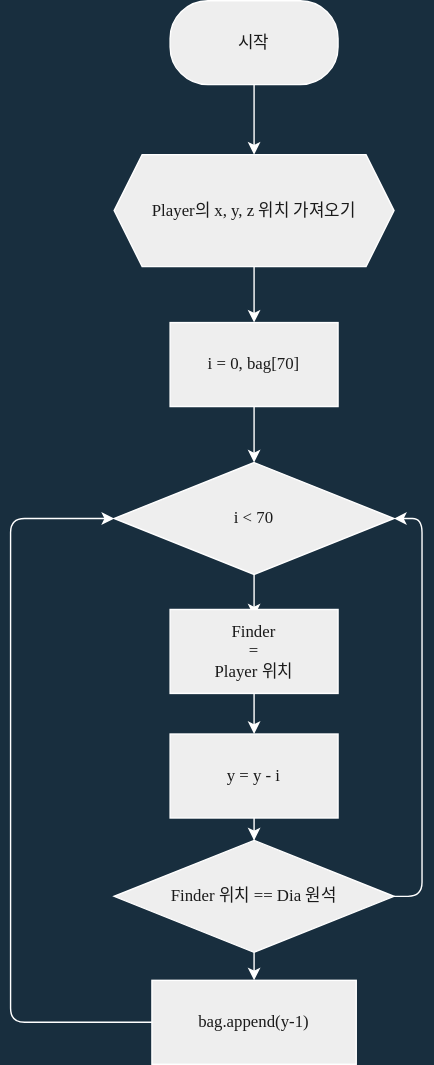
The draw.io diagram Algorithm/finding_dia.drawio.svg in Xe-Kinesis/Minecraft-Python, before a commit. Source tidied: cells renumbered, new cells last; positions are measured from the earlier drawing's top-left corner, leaving out a move shared by most shapes.
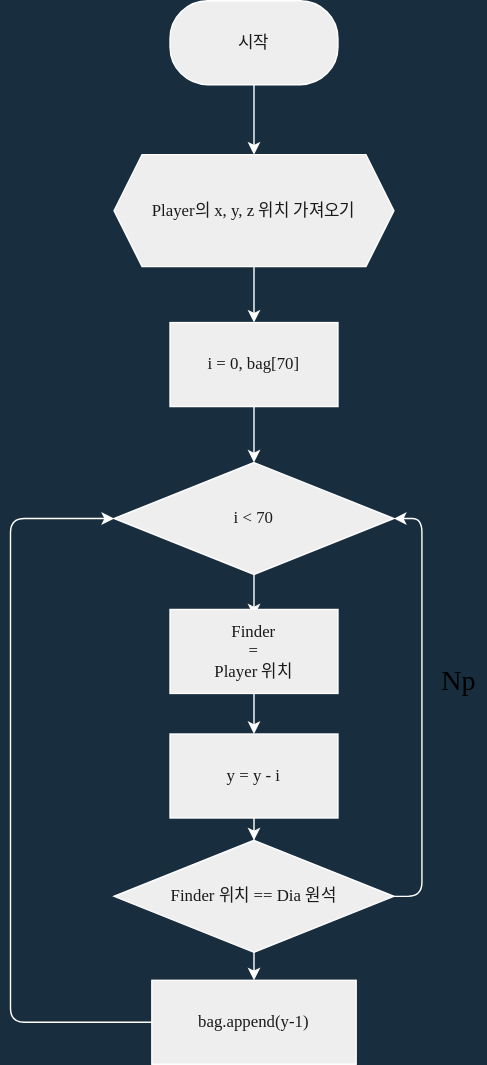
The same file after the commit.

The edit, as a diff of the source:
```diff
@@ -64,5 +64,8 @@
     <mxCell id="18" value="bag.append(y-1)" style="whiteSpace=wrap;html=1;rounded=0;fontFamily=어그로체;fontSource=https%3A%2F%2Fcdn.jsdelivr.net%2Fgh%2Fprojectnoonnu%2Fnoonfonts_2108%401.1%2FSBAggroB.woff;fontColor=#1A1A1A;strokeColor=#FFFFFF;fillColor=#EEEEEE;sketch=0;" parent="1" vertex="1">
       <mxGeometry x="101" y="700" width="146" height="60" as="geometry" />
     </mxCell>
+    <mxCell id="19" value="Np" style="text;html=1;align=center;verticalAlign=middle;strokeColor=none;sketch=1;hachureGap=4;fontFamily=Architects Daughter;fontSource=https%3A%2F%2Ffonts.googleapis.com%2Fcss%3Ffamily%3DArchitects%2BDaughter;fontSize=20;" parent="1" vertex="1">
+      <mxGeometry x="300" y="470" width="40" height="30" as="geometry" />
+    </mxCell>
   </root>
 </mxGraphModel>
```
